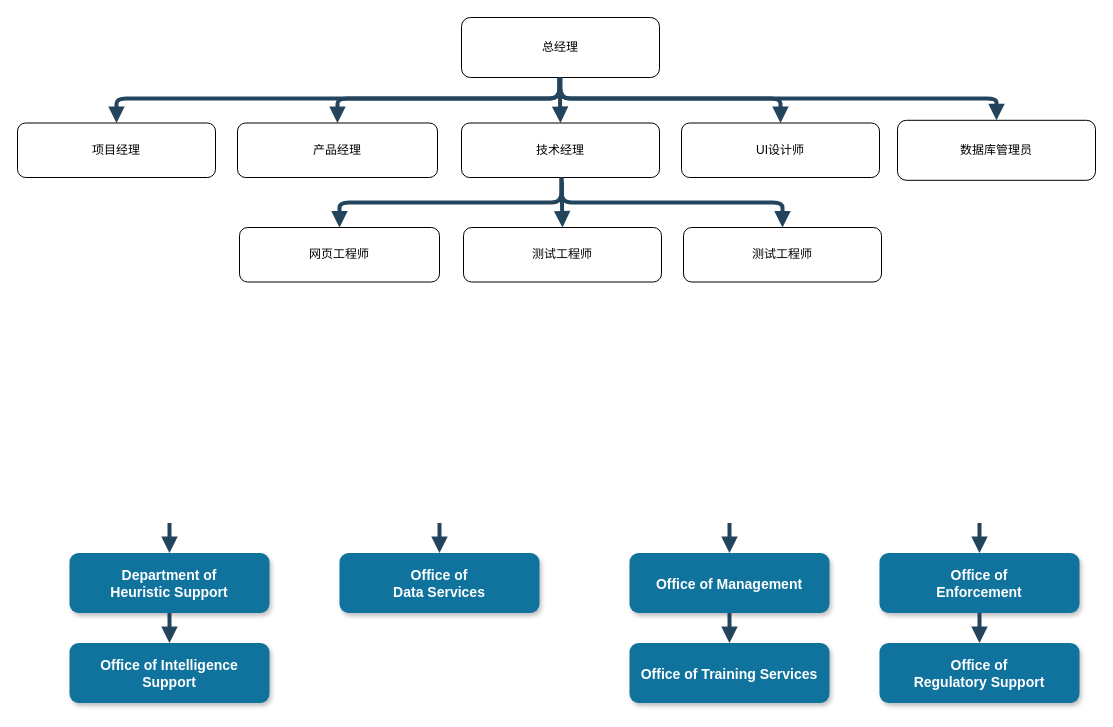
The draw.io diagram software-labour.drawio in RAND1925/drawio_draft, before the edit. Source tidied: cells renumbered, new cells numbered last; positions are measured from the earlier drawing's top-left corner, leaving out a move shared by most shapes. Both pictures are drawn from the tidied source at 100%, with x=0, y=0 at pixel (17, 17).
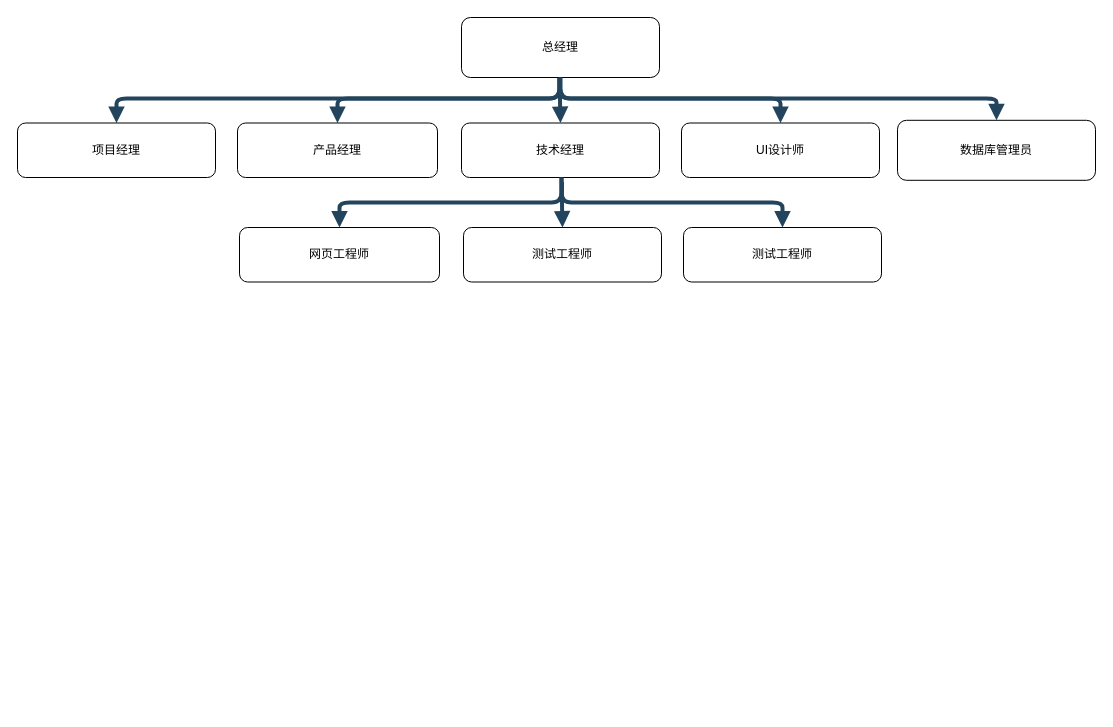
Above is the later version.

What changed in the source:
```diff
@@
-    <mxCell id="2" value="Department of &#10;Heuristic Support" style="rounded=1;fillColor=#10739E;strokeColor=none;shadow=1;gradientColor=none;fontStyle=1;fontColor=#FFFFFF;fontSize=14;" parent="1" vertex="1">
-      <mxGeometry x="52" y="535.5" width="200" height="60" as="geometry" />
-    </mxCell>
-    <mxCell id="3" value="Office of Intelligence &#10;Support" style="rounded=1;fillColor=#10739E;strokeColor=none;shadow=1;gradientColor=none;fontStyle=1;fontColor=#FFFFFF;fontSize=14;" parent="1" vertex="1">
-      <mxGeometry x="52" y="625.5" width="200" height="60" as="geometry" />
-    </mxCell>
-    <mxCell id="4" value="Office of&#10;Data Services" style="rounded=1;fillColor=#10739E;strokeColor=none;shadow=1;gradientColor=none;fontStyle=1;fontColor=#FFFFFF;fontSize=14;" parent="1" vertex="1">
-      <mxGeometry x="322" y="535.5" width="200" height="60" as="geometry" />
-    </mxCell>
-    <mxCell id="5" value="Office of Management " style="rounded=1;fillColor=#10739E;strokeColor=none;shadow=1;gradientColor=none;fontStyle=1;fontColor=#FFFFFF;fontSize=14;" parent="1" vertex="1">
-      <mxGeometry x="612" y="535.5" width="200" height="60" as="geometry" />
-    </mxCell>
-    <mxCell id="6" value="Office of Training Services" style="rounded=1;fillColor=#10739E;strokeColor=none;shadow=1;gradientColor=none;fontStyle=1;fontColor=#FFFFFF;fontSize=14;" parent="1" vertex="1">
-      <mxGeometry x="612" y="625.5" width="200" height="60" as="geometry" />
-    </mxCell>
-    <mxCell id="7" value="Office of &#10;Enforcement" style="rounded=1;fillColor=#10739E;strokeColor=none;shadow=1;gradientColor=none;fontStyle=1;fontColor=#FFFFFF;fontSize=14;" parent="1" vertex="1">
-      <mxGeometry x="862" y="535.5" width="200" height="60" as="geometry" />
-    </mxCell>
-    <mxCell id="8" value="Office of&#10; Regulatory Support" style="rounded=1;fillColor=#10739E;strokeColor=none;shadow=1;gradientColor=none;fontStyle=1;fontColor=#FFFFFF;fontSize=14;" parent="1" vertex="1">
-      <mxGeometry x="862" y="625.5" width="200" height="60" as="geometry" />
-    </mxCell>
@@
-    <mxCell id="12" style="edgeStyle=elbowEdgeStyle;elbow=vertical;strokeWidth=4;endArrow=block;endFill=1;fontStyle=1;strokeColor=#23445D;" parent="1" edge="1" target="2">
-      <mxGeometry x="62" y="185.5" as="geometry">
-        <mxPoint x="152" y="505.5" as="sourcePoint" />
-      </mxGeometry>
-    </mxCell>
-    <mxCell id="13" style="edgeStyle=elbowEdgeStyle;elbow=vertical;strokeWidth=4;endArrow=block;endFill=1;fontStyle=1;strokeColor=#23445D;" parent="1" edge="1" source="2" target="3">
-      <mxGeometry x="62" y="195.5" as="geometry" />
-    </mxCell>
-    <mxCell id="14" style="edgeStyle=elbowEdgeStyle;elbow=vertical;strokeWidth=4;endArrow=block;endFill=1;fontStyle=1;strokeColor=#23445D;" parent="1" edge="1" target="4">
-      <mxGeometry x="62" y="185.5" as="geometry">
-        <mxPoint x="422" y="505.5" as="sourcePoint" />
-      </mxGeometry>
-    </mxCell>
-    <mxCell id="15" style="edgeStyle=elbowEdgeStyle;elbow=vertical;strokeWidth=4;endArrow=block;endFill=1;fontStyle=1;strokeColor=#23445D;" parent="1" edge="1" target="5">
-      <mxGeometry x="72" y="185.5" as="geometry">
-        <mxPoint x="712" y="505.5" as="sourcePoint" />
-      </mxGeometry>
-    </mxCell>
-    <mxCell id="16" style="edgeStyle=elbowEdgeStyle;elbow=vertical;strokeWidth=4;endArrow=block;endFill=1;fontStyle=1;strokeColor=#23445D;" parent="1" edge="1" source="5" target="6">
-      <mxGeometry x="72" y="195.5" as="geometry" />
-    </mxCell>
-    <mxCell id="17" style="edgeStyle=elbowEdgeStyle;elbow=vertical;strokeWidth=4;endArrow=block;endFill=1;fontStyle=1;strokeColor=#23445D;" parent="1" edge="1" target="7">
-      <mxGeometry x="72" y="185.5" as="geometry">
-        <mxPoint x="962" y="505.5" as="sourcePoint" />
-      </mxGeometry>
-    </mxCell>
-    <mxCell id="18" style="edgeStyle=elbowEdgeStyle;elbow=vertical;strokeWidth=4;endArrow=block;endFill=1;fontStyle=1;strokeColor=#23445D;" parent="1" edge="1" source="7" target="8">
-      <mxGeometry x="72" y="195.5" as="geometry" />
-    </mxCell>
```
